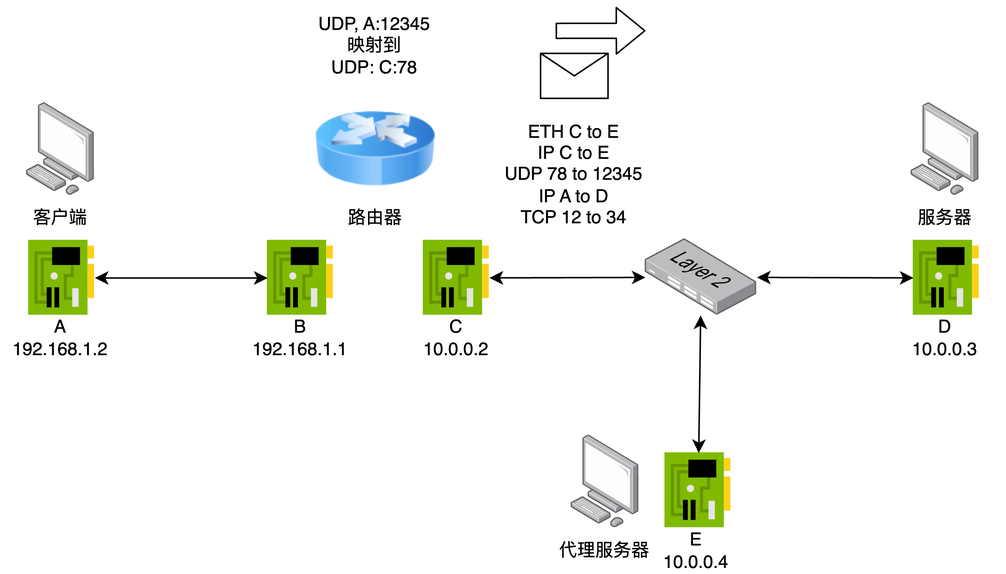
Above: example_step7.png in N2Sys-EDU/Lab3-Documentation (draw.io), before the change. Source tidied: cells renumbered, new cells last; positions are measured from the earlier drawing's top-left corner, leaving out a move shared by most shapes.
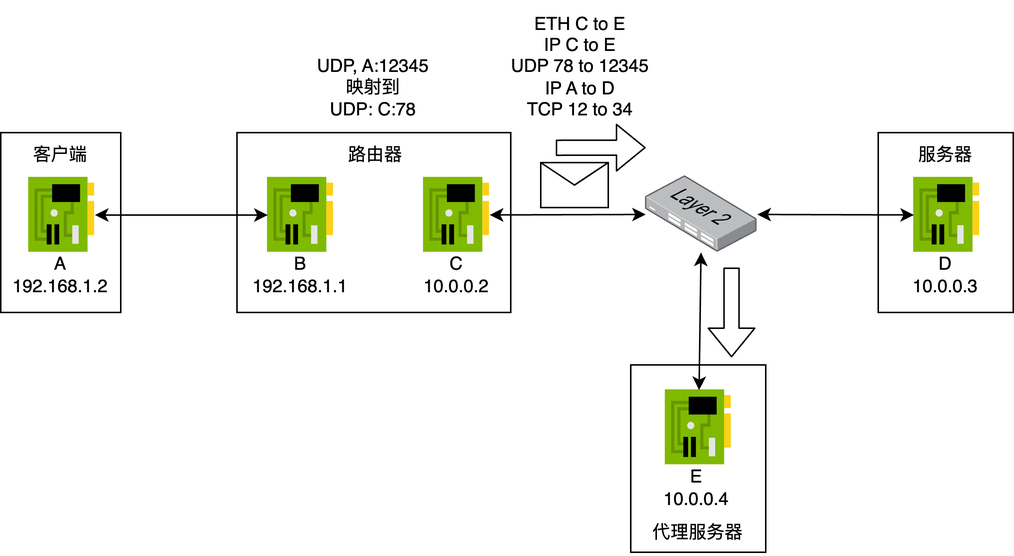
After the commit.

Diff of the diagram source:
```diff
@@ -2,12 +2,33 @@
   <root>
     <mxCell id="0" />
     <mxCell id="1" parent="0" />
-    <mxCell id="2" style="image;html=1;image=img/lib/clip_art/networking/Router_Icon_128x128.png;" parent="1" vertex="1">
-      <mxGeometry x="210" y="59.1" width="80" height="80" as="geometry" />
-    </mxCell>
-    <mxCell id="3" style="html=1;align=center;shadow=0;dashed=0;image;image=img/lib/allied_telesis/computer_and_terminals/Personal_Computer.svg;" parent="1" vertex="1">
-      <mxGeometry x="17.2" y="68.2" width="45.6" height="61.8" as="geometry" />
-    </mxCell>
+    <mxCell id="25" style="shape=message;html=1;html=1;labelPosition=center;verticalLabelPosition=bottom;align=center;verticalAlign=top;" parent="1" vertex="1">
+      <mxGeometry x="360" y="150" width="45" height="30" as="geometry" />
+    </mxCell>
+    <mxCell id="26" style="shape=flexArrow;endArrow=classic;html=1;" parent="1" edge="1">
+      <mxGeometry relative="1" as="geometry">
+        <mxPoint x="370" y="140.1" as="sourcePoint" />
+        <mxPoint x="430" y="140" as="targetPoint" />
+      </mxGeometry>
+    </mxCell>
+    <mxCell id="27" value="ETH C to E&lt;br&gt;IP C to E&lt;br&gt;UDP 78 to 12345&lt;br&gt;IP A to D&lt;br&gt;TCP 12 to 34" style="text;html=1;strokeColor=none;fillColor=none;align=center;verticalAlign=middle;whiteSpace=wrap;rounded=0;" parent="1" vertex="1">
+      <mxGeometry x="326" y="41.8" width="121.2" height="88.2" as="geometry" />
+    </mxCell>
+    <mxCell id="28" value="UDP, A:12345&lt;br&gt;映射到&lt;br&gt;UDP: C:78" style="text;html=1;strokeColor=none;fillColor=none;align=center;verticalAlign=middle;whiteSpace=wrap;rounded=0;" parent="1" vertex="1">
+      <mxGeometry x="188.1" y="70.9" width="121.2" height="59.1" as="geometry" />
+    </mxCell>
+    <mxCell id="29" style="rounded=0;whiteSpace=wrap;html=1;" parent="1" vertex="1">
+      <mxGeometry x="585" y="130" width="90" height="120" as="geometry" />
+    </mxCell>
+    <mxCell id="30" style="rounded=0;whiteSpace=wrap;html=1;" parent="1" vertex="1">
+      <mxGeometry x="420" y="285" width="90" height="125" as="geometry" />
+    </mxCell>
+    <mxCell id="31" style="rounded=0;whiteSpace=wrap;html=1;" parent="1" vertex="1">
+      <mxGeometry x="157.5" y="130" width="182.5" height="120" as="geometry" />
+    </mxCell>
+    <mxCell id="32" style="rounded=0;whiteSpace=wrap;html=1;" parent="1" vertex="1">
+      <mxGeometry y="130" width="80" height="120" as="geometry" />
+    </mxCell>
     <mxCell id="4" value="客户端" style="text;html=1;strokeColor=none;fillColor=none;align=center;verticalAlign=middle;whiteSpace=wrap;rounded=0;" parent="1" vertex="1">
       <mxGeometry y="130" width="80" height="30" as="geometry" />
     </mxCell>
@@ -35,9 +56,6 @@
     <mxCell id="12" value="C&lt;br&gt;10.0.0.2" style="text;html=1;strokeColor=none;fillColor=none;align=center;verticalAlign=middle;whiteSpace=wrap;rounded=0;" parent="1" vertex="1">
       <mxGeometry x="264" y="210" width="80" height="30" as="geometry" />
     </mxCell>
-    <mxCell id="13" style="html=1;align=center;shadow=0;dashed=0;image;image=img/lib/allied_telesis/computer_and_terminals/Personal_Computer.svg;" parent="1" vertex="1">
-      <mxGeometry x="607.2" y="68.2" width="45.6" height="61.8" as="geometry" />
-    </mxCell>
     <mxCell id="14" value="服务器" style="text;html=1;strokeColor=none;fillColor=none;align=center;verticalAlign=middle;whiteSpace=wrap;rounded=0;" parent="1" vertex="1">
       <mxGeometry x="590" y="130" width="80" height="30" as="geometry" />
     </mxCell>
@@ -56,11 +74,8 @@
     <mxCell id="19" style="endArrow=classic;startArrow=classic;html=1;" parent="1" edge="1" source="18" target="15">
       <mxGeometry relative="1" as="geometry" />
     </mxCell>
-    <mxCell id="20" style="html=1;align=center;shadow=0;dashed=0;image;image=img/lib/allied_telesis/computer_and_terminals/Personal_Computer.svg;" parent="1" vertex="1">
-      <mxGeometry x="380.4" y="290" width="45.6" height="61.8" as="geometry" />
-    </mxCell>
     <mxCell id="21" value="代理服务器" style="text;html=1;strokeColor=none;fillColor=none;align=center;verticalAlign=middle;whiteSpace=wrap;rounded=0;" parent="1" vertex="1">
-      <mxGeometry x="363.2" y="351.8" width="80" height="30" as="geometry" />
+      <mxGeometry x="425.2" y="381.8" width="80" height="30" as="geometry" />
     </mxCell>
     <mxCell id="22" style="sketch=0;html=1;points=[];align=center;image;fontSize=12;image=img/lib/mscae/NetworkInterfaceCard.svg;" parent="1" vertex="1">
       <mxGeometry x="443.2" y="301.8" width="44" height="50" as="geometry" />
@@ -71,20 +86,11 @@
     <mxCell id="24" style="endArrow=classic;startArrow=classic;html=1;" parent="1" edge="1" source="18" target="22">
       <mxGeometry relative="1" as="geometry" />
     </mxCell>
-    <mxCell id="25" style="shape=message;html=1;html=1;labelPosition=center;verticalLabelPosition=bottom;align=center;verticalAlign=top;" parent="1" vertex="1">
-      <mxGeometry x="360.1" y="35.1" width="45" height="30" as="geometry" />
-    </mxCell>
-    <mxCell id="26" style="shape=flexArrow;endArrow=classic;html=1;" parent="1" edge="1">
-      <mxGeometry relative="1" as="geometry">
-        <mxPoint x="370.1" y="20.1" as="sourcePoint" />
-        <mxPoint x="430.1" y="20" as="targetPoint" />
-      </mxGeometry>
-    </mxCell>
-    <mxCell id="27" value="ETH C to E&lt;br&gt;IP C to E&lt;br&gt;UDP 78 to 12345&lt;br&gt;IP A to D&lt;br&gt;TCP 12 to 34" style="text;html=1;strokeColor=none;fillColor=none;align=center;verticalAlign=middle;whiteSpace=wrap;rounded=0;" parent="1" vertex="1">
-      <mxGeometry x="322" y="71.8" width="121.2" height="88.2" as="geometry" />
-    </mxCell>
-    <mxCell id="28" value="UDP, A:12345&lt;br&gt;映射到&lt;br&gt;UDP: C:78" style="text;html=1;strokeColor=none;fillColor=none;align=center;verticalAlign=middle;whiteSpace=wrap;rounded=0;" parent="1" vertex="1">
-      <mxGeometry x="189.4" width="121.2" height="59.1" as="geometry" />
-    </mxCell>
+    <mxCell id="33" style="shape=flexArrow;endArrow=classic;html=1;" parent="1" edge="1">
+      <mxGeometry relative="1" as="geometry">
+        <mxPoint x="487.2" y="220" as="sourcePoint" />
+        <mxPoint x="487.2" y="280" as="targetPoint" />
+      </mxGeometry>
+    </mxCell>
   </root>
 </mxGraphModel>
```
